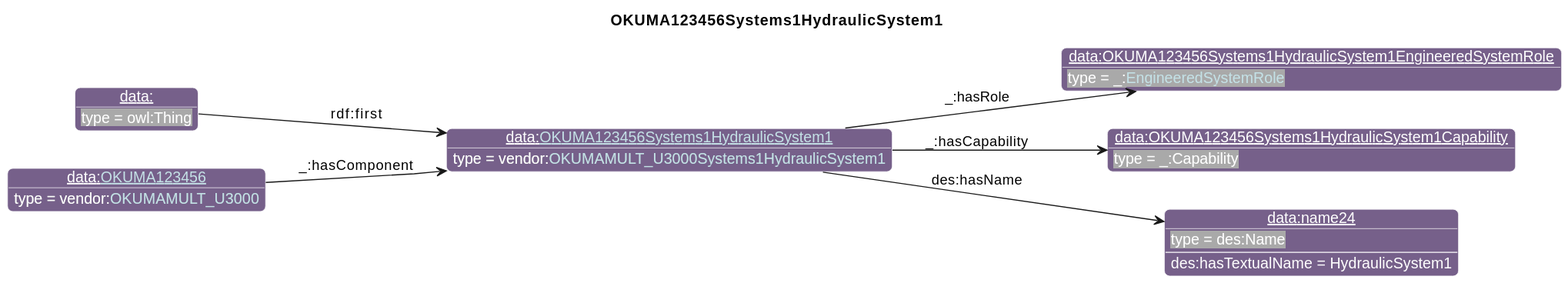
Before: diagrams/OKUMA123456Systems1HydraulicSystem1.svg, a diagram exported from PlantUML (iofoundry/example-syseng-mtconnect).
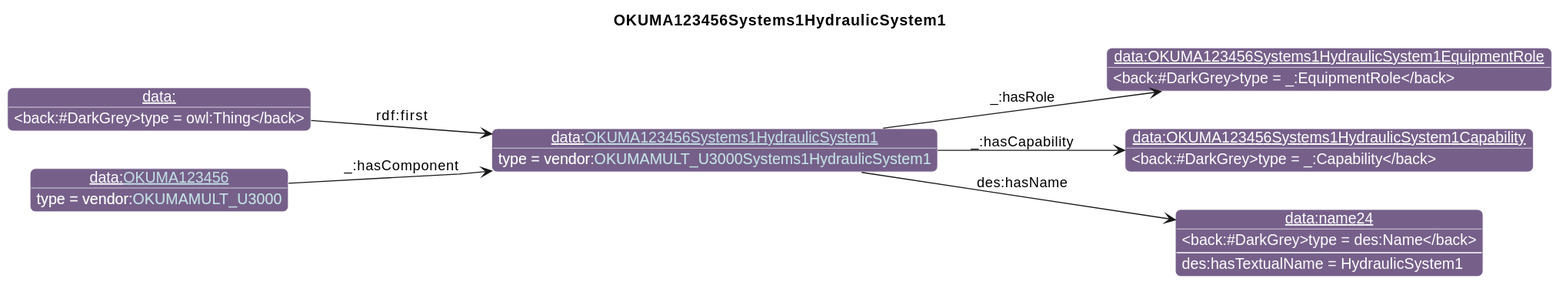
After the change.

Diff of the diagram source:
```diff
@@ -26,7 +26,7 @@
                       "qp":"641B2E"
       }
 individual(o0, data:[[./OKUMA123456Systems1HydraulicSystem1.html OKUMA123456Systems1HydraulicSystem1]], vendor:[[../OKUMA.html#OKUMAMULT_U3000Systems1HydraulicSystem1 OKUMAMULT_U3000Systems1HydraulicSystem1]])
-individual(o1, data:OKUMA123456Systems1HydraulicSystem1EngineeredSystemRole, _:[[../MTConnect.html#EngineeredSystemRole EngineeredSystemRole]])
+individual(o1, data:OKUMA123456Systems1HydraulicSystem1EquipmentRole, _:EquipmentRole)
 individual(o2, data:OKUMA123456Systems1HydraulicSystem1Capability, _:Capability)
 individual(o3, data:name24, des:Name)
 individual(o4, data:, owl:Thing)
```
